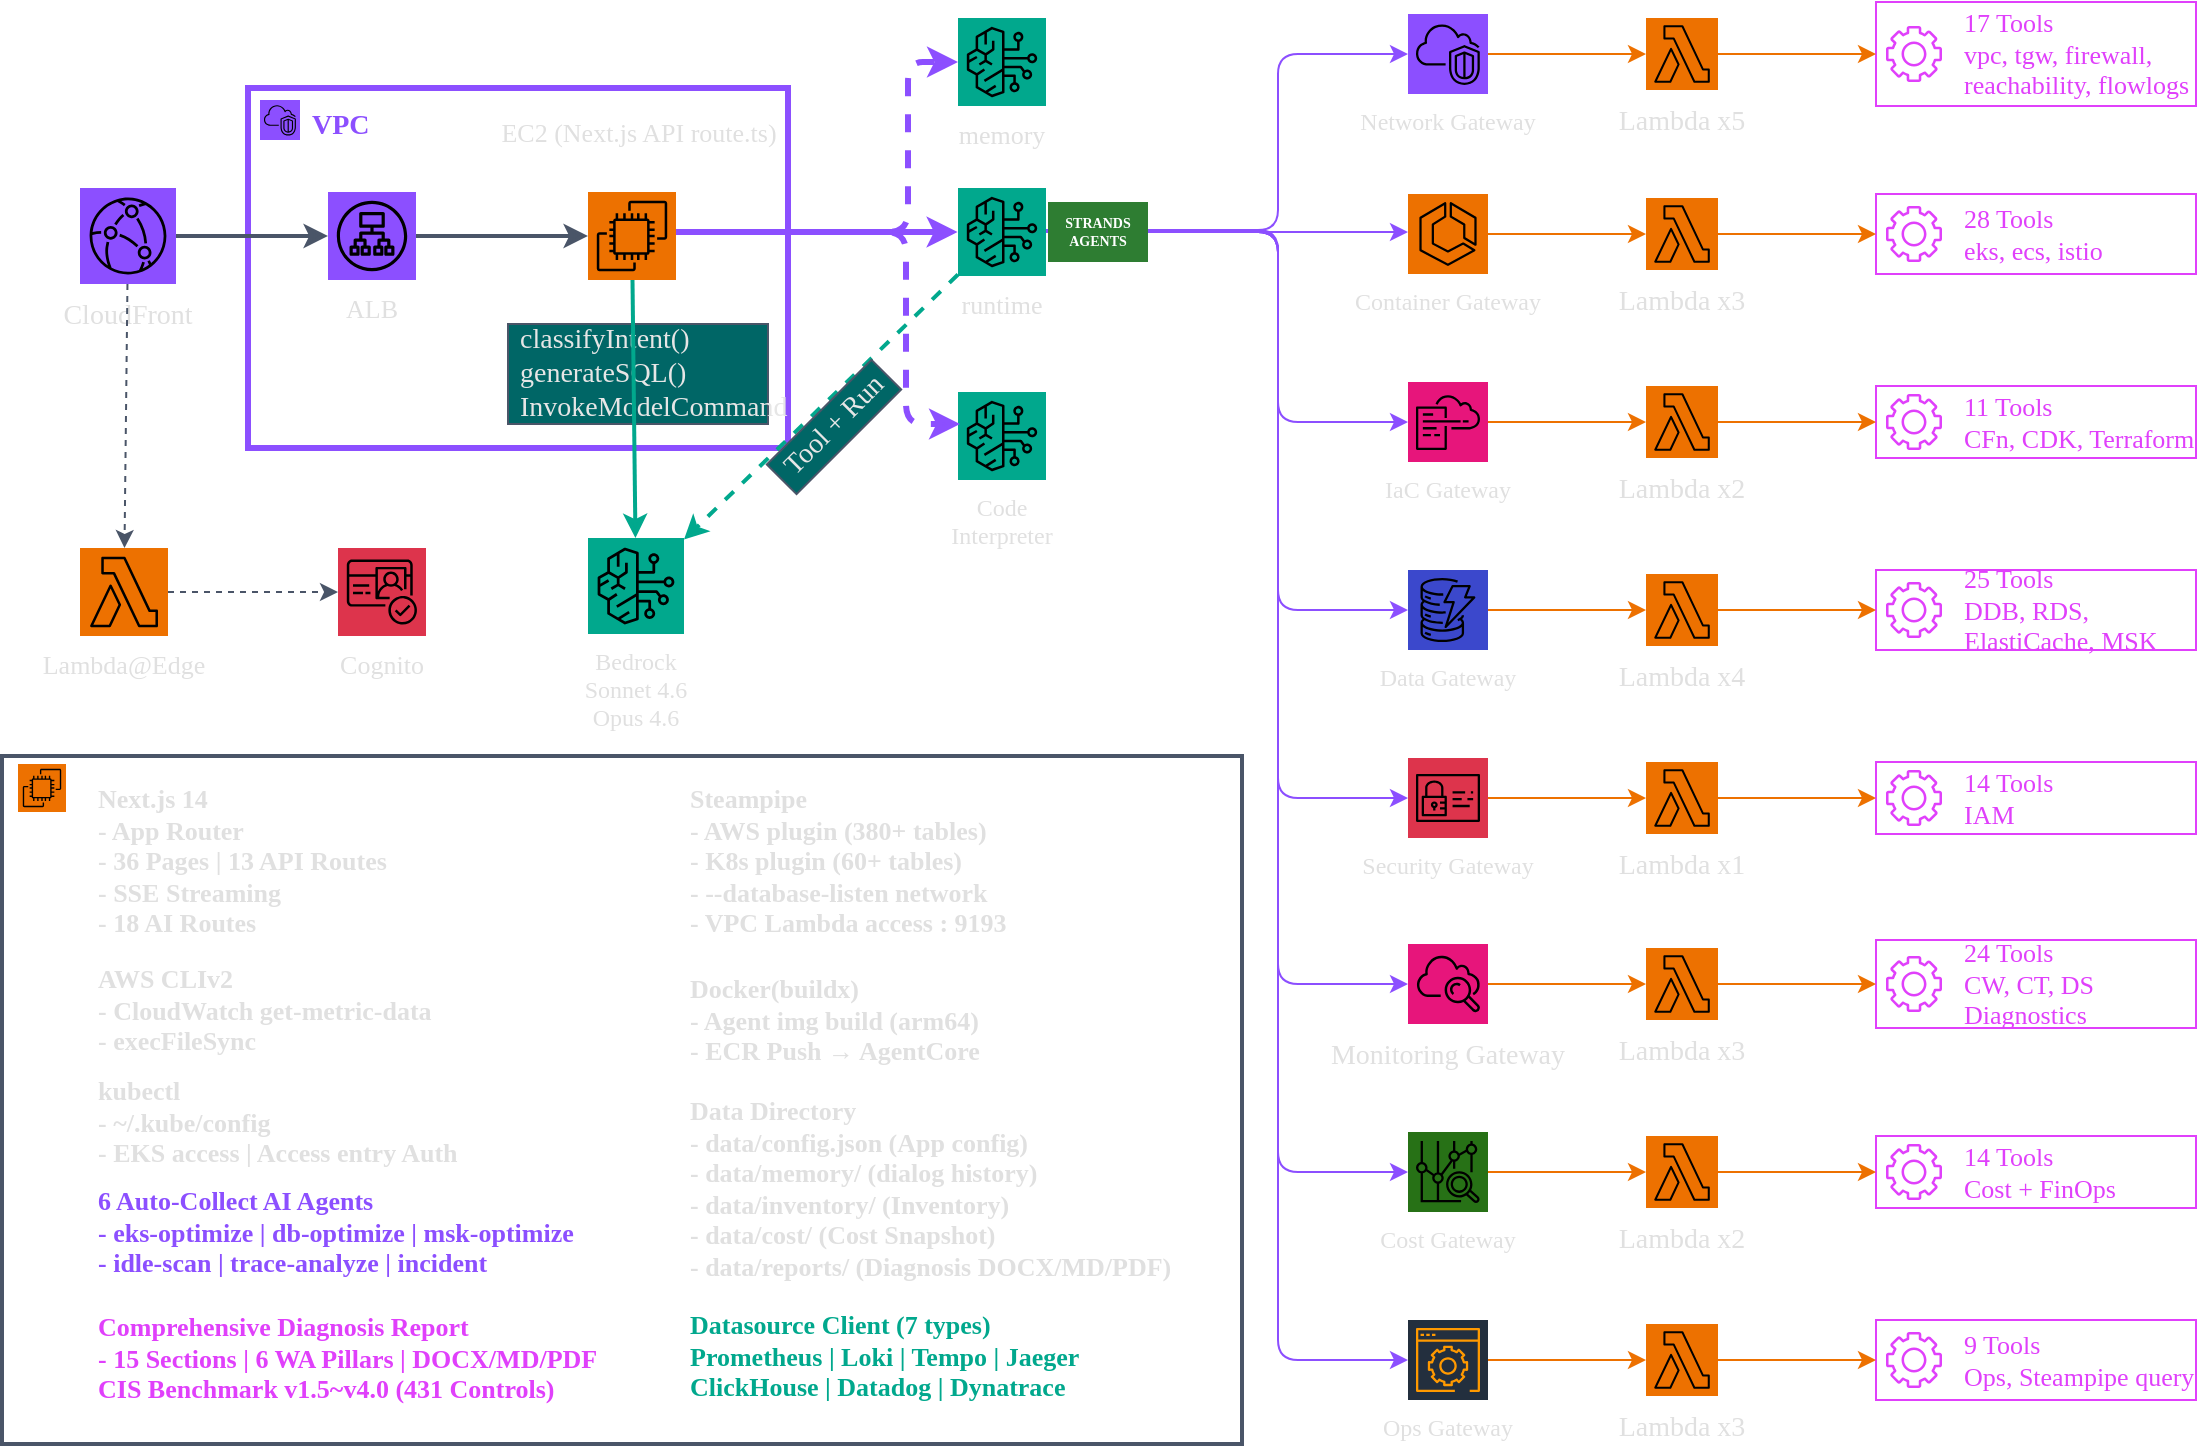
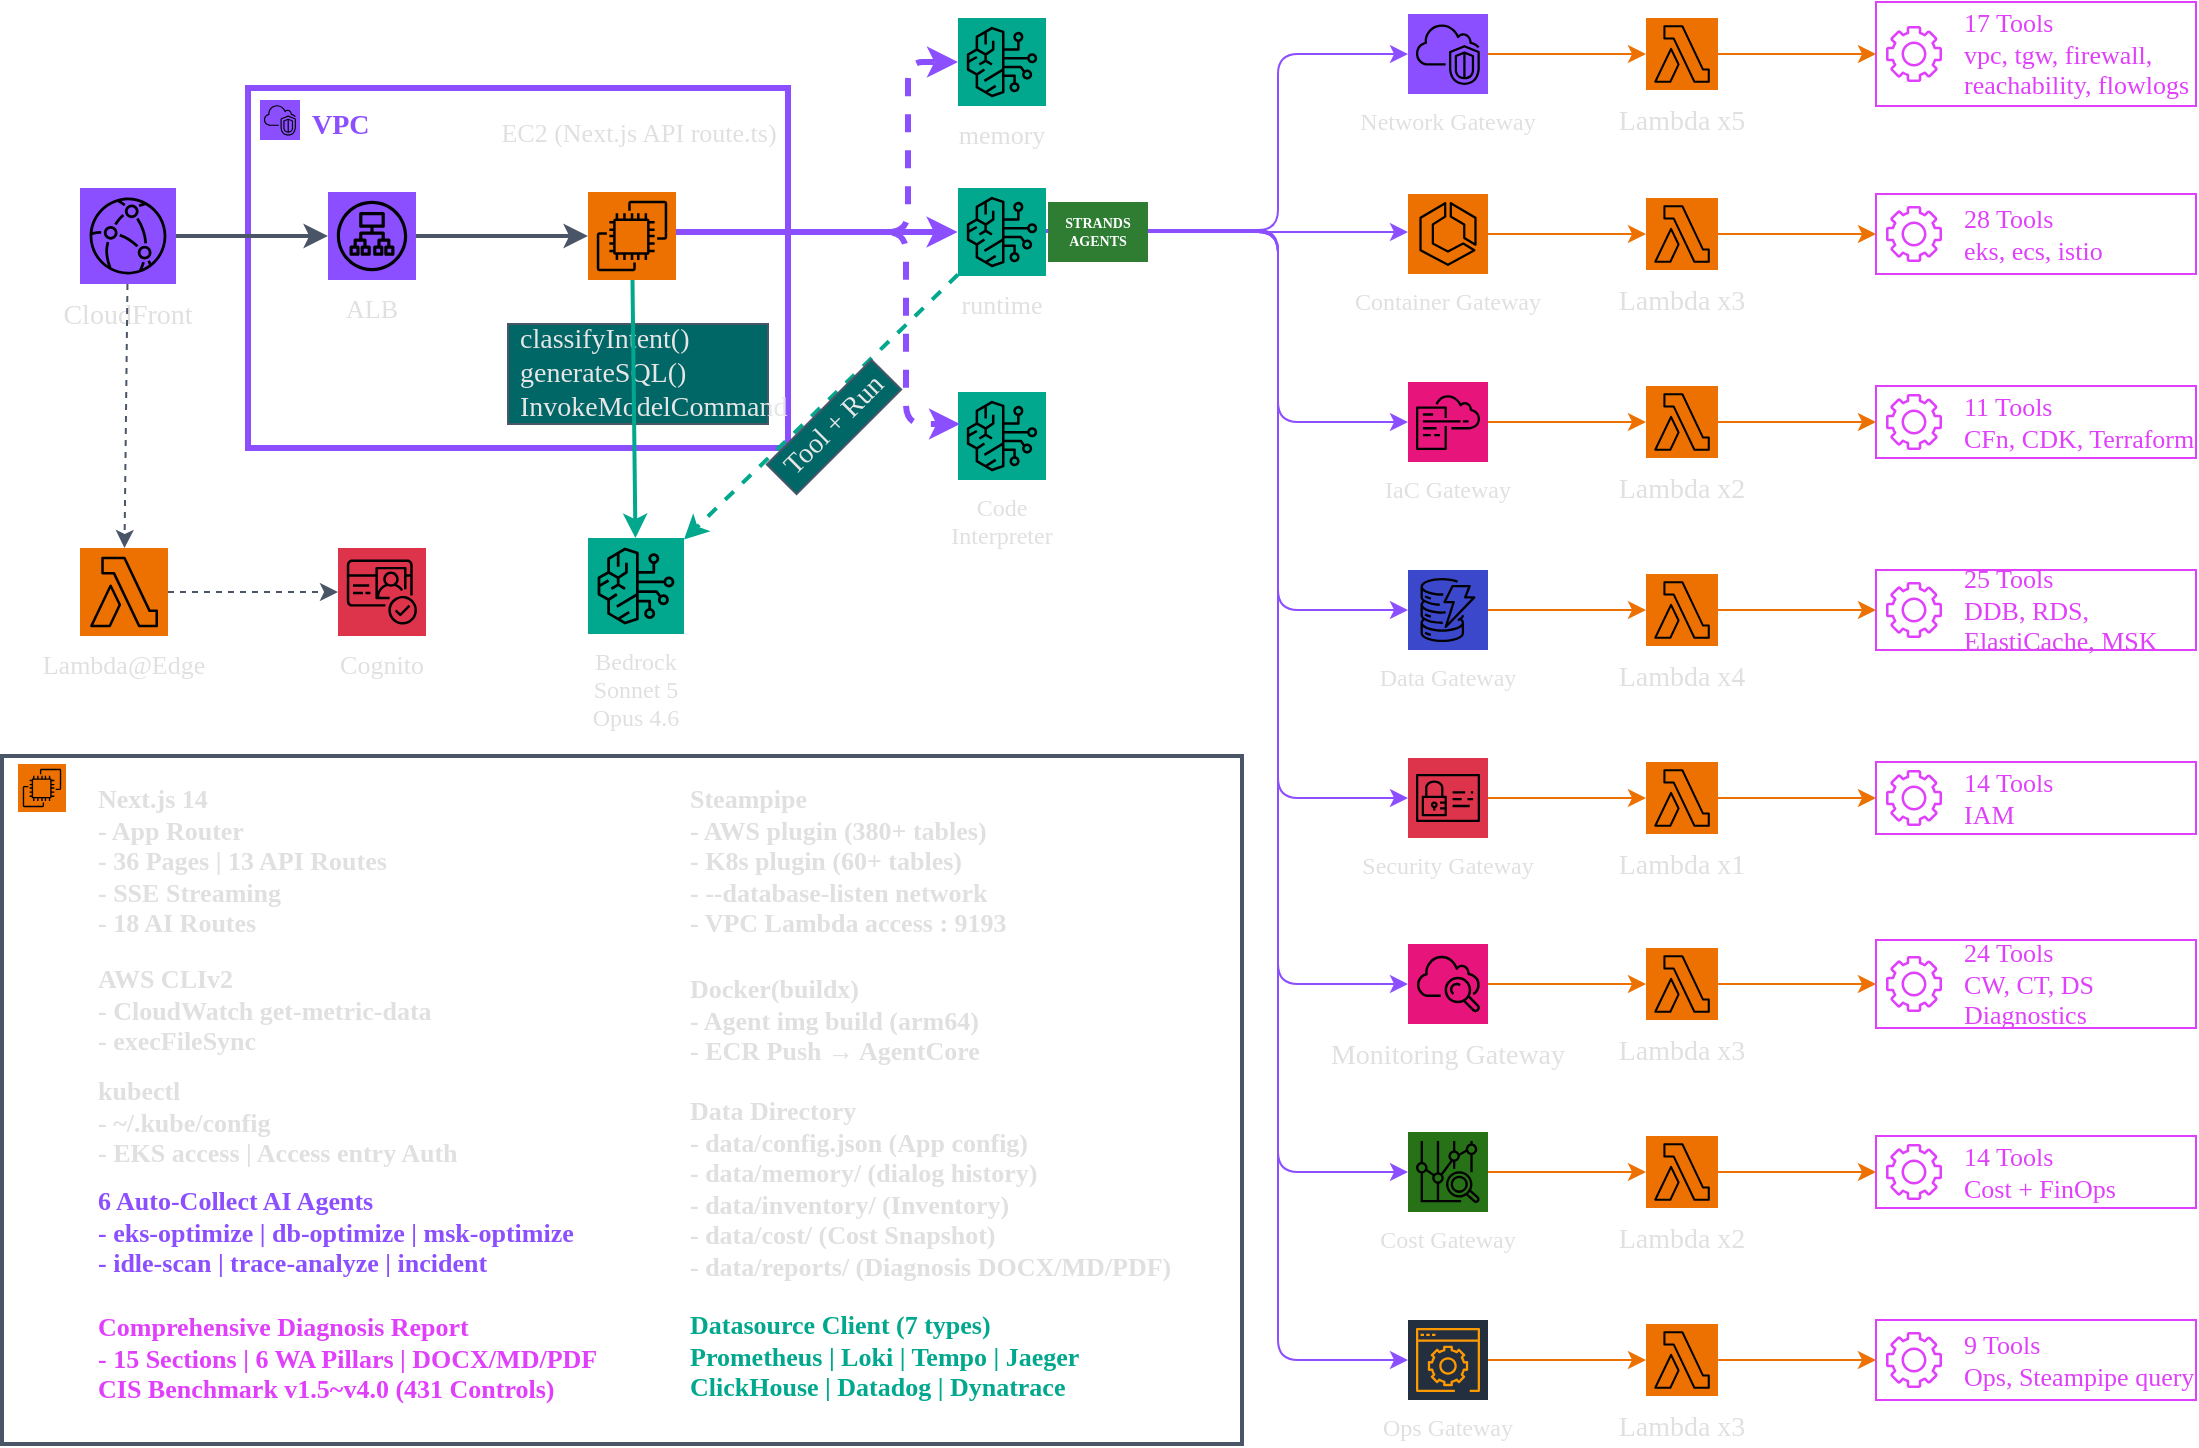
<mxfile host="65bd71144e">
    <diagram id="arch" name="Architecture">
        <mxGraphModel dx="598" dy="340" grid="0" gridSize="10" guides="1" tooltips="1" connect="1" arrows="1" fold="1" page="1" pageScale="1" pageWidth="1600" pageHeight="720" background="none" math="0" shadow="0">
            <root>
                <mxCell id="0"/>
                <mxCell id="1" parent="0"/>
                <mxCell id="cf" value="CloudFront" style="shape=mxgraph.aws4.resourceIcon;resIcon=mxgraph.aws4.cloudfront;fillColor=#8C4FFF;strokeColor=none;fontColor=#E0E0E0;fontSize=14;verticalLabelPosition=bottom;verticalAlign=top;fontFamily=Amazon Ember;" parent="1" vertex="1">
                    <mxGeometry x="66" y="100" width="48" height="48" as="geometry"/>
                </mxCell>
                <mxCell id="vpc" value="" style="rounded=8;whiteSpace=wrap;html=1;fillColor=none;strokeColor=#8C4FFF;strokeWidth=3;" parent="1" vertex="1">
                    <mxGeometry x="150" y="50" width="270" height="180" as="geometry"/>
                </mxCell>
                <mxCell id="vpc_icon" value="" style="shape=mxgraph.aws4.resourceIcon;resIcon=mxgraph.aws4.vpc;fillColor=#8C4FFF;strokeColor=none;" parent="1" vertex="1">
                    <mxGeometry x="156" y="56" width="20" height="20" as="geometry"/>
                </mxCell>
                <mxCell id="vpc_lbl" value="VPC" style="text;html=1;strokeColor=none;fillColor=none;align=left;fontColor=#8C4FFF;fontSize=14;fontStyle=1;fontFamily=Amazon Ember;" parent="1" vertex="1">
                    <mxGeometry x="180" y="54" width="40" height="20" as="geometry"/>
                </mxCell>
                <mxCell id="ec2_lbl" value="EC2 (Next.js API route.ts)" style="text;html=1;strokeColor=none;fillColor=none;align=center;fontColor=#E0E0E0;fontSize=13;fontFamily=Amazon Ember;" parent="1" vertex="1">
                    <mxGeometry x="280" y="58" width="130" height="24" as="geometry"/>
                </mxCell>
                <mxCell id="alb" value="ALB" style="shape=mxgraph.aws4.resourceIcon;resIcon=mxgraph.aws4.application_load_balancer;fillColor=#8C4FFF;strokeColor=none;fontColor=#E0E0E0;fontSize=13;verticalLabelPosition=bottom;verticalAlign=top;fontFamily=Amazon Ember;" parent="1" vertex="1">
                    <mxGeometry x="190" y="102" width="44" height="44" as="geometry"/>
                </mxCell>
                <mxCell id="ec2" value="" style="shape=mxgraph.aws4.resourceIcon;resIcon=mxgraph.aws4.ec2;fillColor=#ED7100;strokeColor=none;" parent="1" vertex="1">
                    <mxGeometry x="320" y="102" width="44" height="44" as="geometry"/>
                </mxCell>
                <mxCell id="classify" value="classifyIntent()&#10;generateSQL()&#10;InvokeModelCommand" style="rounded=4;whiteSpace=wrap;html=1;fillColor=#006666;strokeColor=#4A5568;strokeWidth=1;fontColor=#E6E6E6;fontSize=14;fontFamily=Amazon Ember;align=left;spacingLeft=4;" parent="1" vertex="1">
                    <mxGeometry x="280" y="168" width="130" height="50" as="geometry"/>
                </mxCell>
                <mxCell id="ledge" value="Lambda@Edge" style="shape=mxgraph.aws4.resourceIcon;resIcon=mxgraph.aws4.lambda;fillColor=#ED7100;strokeColor=none;fontColor=#E0E0E0;fontSize=13;verticalLabelPosition=bottom;verticalAlign=top;fontFamily=Amazon Ember;" parent="1" vertex="1">
                    <mxGeometry x="66" y="280" width="44" height="44" as="geometry"/>
                </mxCell>
                <mxCell id="cognito" value="Cognito" style="shape=mxgraph.aws4.resourceIcon;resIcon=mxgraph.aws4.cognito;fillColor=#DD344C;strokeColor=none;fontColor=#E0E0E0;fontSize=13;verticalLabelPosition=bottom;verticalAlign=top;fontFamily=Amazon Ember;" parent="1" vertex="1">
                    <mxGeometry x="195" y="280" width="44" height="44" as="geometry"/>
                </mxCell>
-                 <mxCell id="bedrock" value="Bedrock&#10;Sonnet 4.6&#10;Opus 4.6" style="shape=mxgraph.aws4.resourceIcon;resIcon=mxgraph.aws4.bedrock;fillColor=#01A88D;strokeColor=none;fontColor=#E0E0E0;fontSize=12;verticalLabelPosition=bottom;verticalAlign=top;fontFamily=Amazon Ember;" parent="1" vertex="1">
+                 <mxCell id="bedrock" value="Bedrock&#10;Sonnet 5&#10;Opus 4.6" style="shape=mxgraph.aws4.resourceIcon;resIcon=mxgraph.aws4.bedrock;fillColor=#01A88D;strokeColor=none;fontColor=#E0E0E0;fontSize=12;verticalLabelPosition=bottom;verticalAlign=top;fontFamily=Amazon Ember;" parent="1" vertex="1">
                    <mxGeometry x="320" y="275" width="48" height="48" as="geometry"/>
                </mxCell>
                <mxCell id="memory" value="memory" style="shape=mxgraph.aws4.resourceIcon;resIcon=mxgraph.aws4.bedrock;fillColor=#01A88D;strokeColor=none;fontColor=#E0E0E0;fontSize=13;verticalLabelPosition=bottom;verticalAlign=top;fontFamily=Amazon Ember;" parent="1" vertex="1">
                    <mxGeometry x="505" y="15" width="44" height="44" as="geometry"/>
                </mxCell>
                <mxCell id="runtime" value="runtime" style="shape=mxgraph.aws4.resourceIcon;resIcon=mxgraph.aws4.bedrock;fillColor=#01A88D;strokeColor=none;fontColor=#E0E0E0;fontSize=13;verticalLabelPosition=bottom;verticalAlign=top;fontFamily=Amazon Ember;" parent="1" vertex="1">
                    <mxGeometry x="505" y="100" width="44" height="44" as="geometry"/>
                </mxCell>
                <mxCell id="codeint" value="Code&#10;Interpreter" style="shape=mxgraph.aws4.resourceIcon;resIcon=mxgraph.aws4.bedrock;fillColor=#01A88D;strokeColor=none;fontColor=#E0E0E0;fontSize=12;verticalLabelPosition=bottom;verticalAlign=top;fontFamily=Amazon Ember;" parent="1" vertex="1">
                    <mxGeometry x="505" y="202" width="44" height="44" as="geometry"/>
                </mxCell>
                <mxCell id="gw1" value="Network Gateway" style="shape=mxgraph.aws4.resourceIcon;resIcon=mxgraph.aws4.vpc;fillColor=#8C4FFF;strokeColor=none;fontColor=#E0E0E0;fontSize=12;verticalLabelPosition=bottom;verticalAlign=top;fontFamily=Amazon Ember;" parent="1" vertex="1">
                    <mxGeometry x="730" y="13" width="40" height="40" as="geometry"/>
                </mxCell>
                <mxCell id="lam1" value="Lambda x5" style="shape=mxgraph.aws4.resourceIcon;resIcon=mxgraph.aws4.lambda;fillColor=#ED7100;strokeColor=none;fontColor=#E0E0E0;fontSize=14;verticalLabelPosition=bottom;verticalAlign=top;fontFamily=Amazon Ember;" parent="1" vertex="1">
                    <mxGeometry x="849" y="15" width="36" height="36" as="geometry"/>
                </mxCell>
                <mxCell id="t1" value="17 Tools&#10;vpc, tgw, firewall,&#10;reachability, flowlogs" style="rounded=4;whiteSpace=wrap;html=1;fontSize=13;fontFamily=Amazon Ember;align=left;spacingLeft=42;fontColor=#E040FB;strokeColor=#E040FB;" parent="1" vertex="1">
                    <mxGeometry x="964" y="7" width="160" height="52" as="geometry"/>
                </mxCell>
                <mxCell id="gw2" value="Container Gateway" style="shape=mxgraph.aws4.resourceIcon;resIcon=mxgraph.aws4.ecs;fillColor=#ED7100;strokeColor=none;fontColor=#E0E0E0;fontSize=12;verticalLabelPosition=bottom;verticalAlign=top;fontFamily=Amazon Ember;" parent="1" vertex="1">
                    <mxGeometry x="730" y="103" width="40" height="40" as="geometry"/>
                </mxCell>
                <mxCell id="lam2" value="Lambda x3" style="shape=mxgraph.aws4.resourceIcon;resIcon=mxgraph.aws4.lambda;fillColor=#ED7100;strokeColor=none;fontColor=#E0E0E0;fontSize=14;verticalLabelPosition=bottom;verticalAlign=top;fontFamily=Amazon Ember;" parent="1" vertex="1">
                    <mxGeometry x="849" y="105" width="36" height="36" as="geometry"/>
                </mxCell>
                <mxCell id="t2" value="28 Tools&#10;eks, ecs, istio" style="rounded=4;whiteSpace=wrap;html=1;fontSize=13;fontFamily=Amazon Ember;align=left;spacingLeft=42;fontColor=#E040FB;strokeColor=#E040FB;" parent="1" vertex="1">
                    <mxGeometry x="964" y="103" width="160" height="40" as="geometry"/>
                </mxCell>
                <mxCell id="gw3" value="IaC Gateway" style="shape=mxgraph.aws4.resourceIcon;resIcon=mxgraph.aws4.cloudformation;fillColor=#E7157B;strokeColor=none;fontColor=#E0E0E0;fontSize=12;verticalLabelPosition=bottom;verticalAlign=top;fontFamily=Amazon Ember;" parent="1" vertex="1">
                    <mxGeometry x="730" y="197" width="40" height="40" as="geometry"/>
                </mxCell>
                <mxCell id="lam3" value="Lambda x2" style="shape=mxgraph.aws4.resourceIcon;resIcon=mxgraph.aws4.lambda;fillColor=#ED7100;strokeColor=none;fontColor=#E0E0E0;fontSize=14;verticalLabelPosition=bottom;verticalAlign=top;fontFamily=Amazon Ember;" parent="1" vertex="1">
                    <mxGeometry x="849" y="199" width="36" height="36" as="geometry"/>
                </mxCell>
                <mxCell id="t3" value="11 Tools&#10;CFn, CDK, Terraform" style="rounded=4;whiteSpace=wrap;html=1;fontSize=13;fontFamily=Amazon Ember;align=left;spacingLeft=42;fontColor=#E040FB;strokeColor=#E040FB;" parent="1" vertex="1">
                    <mxGeometry x="964" y="199" width="160" height="36" as="geometry"/>
                </mxCell>
                <mxCell id="gw4" value="Data Gateway" style="shape=mxgraph.aws4.resourceIcon;resIcon=mxgraph.aws4.dynamodb;fillColor=#3B48CC;strokeColor=none;fontColor=#E0E0E0;fontSize=12;verticalLabelPosition=bottom;verticalAlign=top;fontFamily=Amazon Ember;" parent="1" vertex="1">
                    <mxGeometry x="730" y="291" width="40" height="40" as="geometry"/>
                </mxCell>
                <mxCell id="lam4" value="Lambda x4" style="shape=mxgraph.aws4.resourceIcon;resIcon=mxgraph.aws4.lambda;fillColor=#ED7100;strokeColor=none;fontColor=#E0E0E0;fontSize=14;verticalLabelPosition=bottom;verticalAlign=top;fontFamily=Amazon Ember;" parent="1" vertex="1">
                    <mxGeometry x="849" y="293" width="36" height="36" as="geometry"/>
                </mxCell>
                <mxCell id="t4" value="25 Tools&#10;DDB, RDS, ElastiCache, MSK" style="rounded=4;whiteSpace=wrap;html=1;fontSize=13;fontFamily=Amazon Ember;align=left;spacingLeft=42;fontColor=#E040FB;strokeColor=#E040FB;" parent="1" vertex="1">
                    <mxGeometry x="964" y="291" width="160" height="40" as="geometry"/>
                </mxCell>
                <mxCell id="gw5" value="Security Gateway" style="shape=mxgraph.aws4.resourceIcon;resIcon=mxgraph.aws4.identity_and_access_management;fillColor=#DD344C;strokeColor=none;fontColor=#E0E0E0;fontSize=12;verticalLabelPosition=bottom;verticalAlign=top;fontFamily=Amazon Ember;" parent="1" vertex="1">
                    <mxGeometry x="730" y="385" width="40" height="40" as="geometry"/>
                </mxCell>
                <mxCell id="lam5" value="Lambda x1" style="shape=mxgraph.aws4.resourceIcon;resIcon=mxgraph.aws4.lambda;fillColor=#ED7100;strokeColor=none;fontColor=#E0E0E0;fontSize=14;verticalLabelPosition=bottom;verticalAlign=top;fontFamily=Amazon Ember;" parent="1" vertex="1">
                    <mxGeometry x="849" y="387" width="36" height="36" as="geometry"/>
                </mxCell>
                <mxCell id="t5" value="14 Tools&#10;IAM" style="rounded=4;whiteSpace=wrap;html=1;fontSize=13;fontFamily=Amazon Ember;align=left;spacingLeft=42;fontColor=#E040FB;strokeColor=#E040FB;" parent="1" vertex="1">
                    <mxGeometry x="964" y="387" width="160" height="36" as="geometry"/>
                </mxCell>
                <mxCell id="gw6" value="Monitoring Gateway" style="shape=mxgraph.aws4.resourceIcon;resIcon=mxgraph.aws4.cloudwatch;fillColor=#E7157B;strokeColor=none;fontColor=#E0E0E0;fontSize=14;verticalLabelPosition=bottom;verticalAlign=top;fontFamily=Amazon Ember;" parent="1" vertex="1">
                    <mxGeometry x="730" y="478" width="40" height="40" as="geometry"/>
                </mxCell>
                <mxCell id="lam6" value="Lambda x3" style="shape=mxgraph.aws4.resourceIcon;resIcon=mxgraph.aws4.lambda;fillColor=#ED7100;strokeColor=none;fontColor=#E0E0E0;fontSize=14;verticalLabelPosition=bottom;verticalAlign=top;fontFamily=Amazon Ember;" parent="1" vertex="1">
                    <mxGeometry x="849" y="480" width="36" height="36" as="geometry"/>
                </mxCell>
                <mxCell id="t6" value="24 Tools&#10;CW, CT, DS Diagnostics" style="rounded=4;whiteSpace=wrap;html=1;fontSize=13;fontFamily=Amazon Ember;align=left;spacingLeft=42;fontColor=#E040FB;strokeColor=#E040FB;" parent="1" vertex="1">
                    <mxGeometry x="964" y="476" width="160" height="44" as="geometry"/>
                </mxCell>
                <mxCell id="gw7" value="Cost Gateway" style="shape=mxgraph.aws4.resourceIcon;resIcon=mxgraph.aws4.cost_explorer;fillColor=#277116;strokeColor=none;fontColor=#E0E0E0;fontSize=12;verticalLabelPosition=bottom;verticalAlign=top;fontFamily=Amazon Ember;" parent="1" vertex="1">
                    <mxGeometry x="730" y="572" width="40" height="40" as="geometry"/>
                </mxCell>
                <mxCell id="lam7" value="Lambda x2" style="shape=mxgraph.aws4.resourceIcon;resIcon=mxgraph.aws4.lambda;fillColor=#ED7100;strokeColor=none;fontColor=#E0E0E0;fontSize=14;verticalLabelPosition=bottom;verticalAlign=top;fontFamily=Amazon Ember;" parent="1" vertex="1">
                    <mxGeometry x="849" y="574" width="36" height="36" as="geometry"/>
                </mxCell>
                <mxCell id="t7" value="14 Tools&#10;Cost + FinOps" style="rounded=4;whiteSpace=wrap;html=1;fontSize=13;fontFamily=Amazon Ember;align=left;spacingLeft=42;fontColor=#E040FB;strokeColor=#E040FB;" parent="1" vertex="1">
                    <mxGeometry x="964" y="574" width="160" height="36" as="geometry"/>
                </mxCell>
                <mxCell id="gw8" value="Ops Gateway" style="shape=mxgraph.aws4.resourceIcon;resIcon=mxgraph.aws4.management_console;fillColor=#232F3E;strokeColor=#FF9900;strokeWidth=2;fontColor=#E0E0E0;fontSize=12;verticalLabelPosition=bottom;verticalAlign=top;fontFamily=Amazon Ember;" parent="1" vertex="1">
                    <mxGeometry x="730" y="666" width="40" height="40" as="geometry"/>
                </mxCell>
                <mxCell id="lam8" value="Lambda x3" style="shape=mxgraph.aws4.resourceIcon;resIcon=mxgraph.aws4.lambda;fillColor=#ED7100;strokeColor=none;fontColor=#E0E0E0;fontSize=14;verticalLabelPosition=bottom;verticalAlign=top;fontFamily=Amazon Ember;" parent="1" vertex="1">
                    <mxGeometry x="849" y="668" width="36" height="36" as="geometry"/>
                </mxCell>
                <mxCell id="t8" value="9 Tools&#10;Ops, Steampipe query" style="rounded=4;whiteSpace=wrap;html=1;fontSize=13;fontFamily=Amazon Ember;align=left;spacingLeft=42;fontColor=#E040FB;strokeColor=#E040FB;" parent="1" vertex="1">
                    <mxGeometry x="964" y="666" width="160" height="40" as="geometry"/>
                </mxCell>
                <mxCell id="a1" style="strokeColor=#4A5568;strokeWidth=2;" parent="1" source="cf" target="alb" edge="1">
                    <mxGeometry relative="1" as="geometry"/>
                </mxCell>
                <mxCell id="a2" style="strokeColor=#4A5568;strokeWidth=2;" parent="1" source="alb" target="ec2" edge="1">
                    <mxGeometry relative="1" as="geometry"/>
                </mxCell>
                <mxCell id="a3" style="strokeColor=#4A5568;strokeWidth=1;dashed=1;" parent="1" source="cf" target="ledge" edge="1">
                    <mxGeometry relative="1" as="geometry"/>
                </mxCell>
                <mxCell id="a4" style="strokeColor=#4A5568;strokeWidth=1;dashed=1;" parent="1" source="ledge" target="cognito" edge="1">
                    <mxGeometry relative="1" as="geometry"/>
                </mxCell>
                <mxCell id="a5" style="strokeColor=#8C4FFF;strokeWidth=3;dashed=1;edgeStyle=orthogonalEdgeStyle;" parent="1" source="ec2" target="memory" edge="1">
                    <mxGeometry relative="1" as="geometry">
                        <Array as="points">
                            <mxPoint x="480" y="122"/>
                            <mxPoint x="480" y="37"/>
                        </Array>
                    </mxGeometry>
                </mxCell>
                <mxCell id="a6" style="strokeColor=#8C4FFF;strokeWidth=3;entryX=-0.005;entryY=0.5;entryDx=0;entryDy=0;entryPerimeter=0;" parent="1" edge="1" target="runtime">
                    <mxGeometry relative="1" as="geometry">
                        <mxPoint x="364" y="122" as="sourcePoint"/>
                        <mxPoint x="506" y="120" as="targetPoint"/>
                    </mxGeometry>
                </mxCell>
                <mxCell id="a7" style="strokeColor=#8C4FFF;strokeWidth=3;dashed=1;edgeStyle=orthogonalEdgeStyle;entryX=0.023;entryY=0.386;entryDx=0;entryDy=0;entryPerimeter=0;" parent="1" source="ec2" edge="1" target="codeint">
                    <mxGeometry relative="1" as="geometry">
                        <mxPoint x="470" y="244" as="targetPoint"/>
                        <Array as="points">
                            <mxPoint x="479" y="122"/>
                            <mxPoint x="479" y="218"/>
                            <mxPoint x="506" y="218"/>
                        </Array>
                    </mxGeometry>
                </mxCell>
                <mxCell id="a8" style="strokeColor=#01A88D;strokeWidth=2;" parent="1" source="ec2" target="bedrock" edge="1">
                    <mxGeometry relative="1" as="geometry"/>
                </mxCell>
                <mxCell id="a9" value="" style="strokeColor=#01A88D;strokeWidth=2;dashed=1;fontColor=#E6E6E6;fontSize=14;fontFamily=Amazon Ember;textDirection=rtl;fillColor=#ffff88;labelBackgroundColor=#4D4D4D;" parent="1" source="runtime" target="bedrock" edge="1">
                    <mxGeometry x="0.0313" y="5" relative="1" as="geometry">
                        <mxPoint as="offset"/>
                    </mxGeometry>
                </mxCell>
                <mxCell id="r1" style="edgeStyle=orthogonalEdgeStyle;strokeColor=#8C4FFF;strokeWidth=1;" parent="1" source="runtime" target="gw1" edge="1">
                    <mxGeometry relative="1" as="geometry">
                        <Array as="points">
                            <mxPoint x="665" y="121"/>
                            <mxPoint x="665" y="33"/>
                        </Array>
                    </mxGeometry>
                </mxCell>
                <mxCell id="r2" style="edgeStyle=orthogonalEdgeStyle;strokeColor=#8C4FFF;strokeWidth=1;" parent="1" source="runtime" target="gw2" edge="1">
                    <mxGeometry relative="1" as="geometry">
                        <Array as="points">
                            <mxPoint x="694" y="122"/>
                            <mxPoint x="694" y="122"/>
                        </Array>
                    </mxGeometry>
                </mxCell>
                <mxCell id="r3" style="edgeStyle=orthogonalEdgeStyle;strokeColor=#8C4FFF;strokeWidth=1;" parent="1" source="runtime" target="gw3" edge="1">
                    <mxGeometry relative="1" as="geometry">
                        <Array as="points">
                            <mxPoint x="665" y="122"/>
                            <mxPoint x="665" y="217"/>
                        </Array>
                    </mxGeometry>
                </mxCell>
                <mxCell id="r4" style="edgeStyle=orthogonalEdgeStyle;strokeColor=#8C4FFF;strokeWidth=1;" parent="1" source="runtime" target="gw4" edge="1">
                    <mxGeometry relative="1" as="geometry">
                        <Array as="points">
                            <mxPoint x="665" y="121"/>
                            <mxPoint x="665" y="311"/>
                        </Array>
                    </mxGeometry>
                </mxCell>
                <mxCell id="r5" style="edgeStyle=orthogonalEdgeStyle;strokeColor=#8C4FFF;strokeWidth=1;" parent="1" source="runtime" target="gw5" edge="1">
                    <mxGeometry relative="1" as="geometry">
                        <Array as="points">
                            <mxPoint x="665" y="122"/>
                            <mxPoint x="665" y="405"/>
                        </Array>
                    </mxGeometry>
                </mxCell>
                <mxCell id="r6" style="edgeStyle=orthogonalEdgeStyle;strokeColor=#8C4FFF;strokeWidth=1;" parent="1" source="runtime" target="gw6" edge="1">
                    <mxGeometry relative="1" as="geometry">
                        <Array as="points">
                            <mxPoint x="665" y="122"/>
                            <mxPoint x="665" y="498"/>
                        </Array>
                    </mxGeometry>
                </mxCell>
                <mxCell id="r7" style="edgeStyle=orthogonalEdgeStyle;strokeColor=#8C4FFF;strokeWidth=1;" parent="1" source="runtime" target="gw7" edge="1">
                    <mxGeometry relative="1" as="geometry">
                        <Array as="points">
                            <mxPoint x="665" y="122"/>
                            <mxPoint x="665" y="592"/>
                        </Array>
                    </mxGeometry>
                </mxCell>
                <mxCell id="r8" style="edgeStyle=orthogonalEdgeStyle;strokeColor=#8C4FFF;strokeWidth=1;" parent="1" source="runtime" target="gw8" edge="1">
                    <mxGeometry relative="1" as="geometry">
                        <Array as="points">
                            <mxPoint x="665" y="122"/>
                            <mxPoint x="665" y="686"/>
                        </Array>
                    </mxGeometry>
                </mxCell>
                <mxCell id="g1a" style="strokeColor=#ED7100;strokeWidth=1;" parent="1" source="gw1" target="lam1" edge="1">
                    <mxGeometry relative="1" as="geometry"/>
                </mxCell>
                <mxCell id="g1b" style="strokeColor=#ED7100;strokeWidth=1;" parent="1" source="lam1" target="t1" edge="1">
                    <mxGeometry relative="1" as="geometry"/>
                </mxCell>
                <mxCell id="g2a" style="strokeColor=#ED7100;strokeWidth=1;" parent="1" source="gw2" target="lam2" edge="1">
                    <mxGeometry relative="1" as="geometry"/>
                </mxCell>
                <mxCell id="g2b" style="strokeColor=#ED7100;strokeWidth=1;" parent="1" source="lam2" target="t2" edge="1">
                    <mxGeometry relative="1" as="geometry"/>
                </mxCell>
                <mxCell id="g3a" style="strokeColor=#ED7100;strokeWidth=1;" parent="1" source="gw3" target="lam3" edge="1">
                    <mxGeometry relative="1" as="geometry"/>
                </mxCell>
                <mxCell id="g3b" style="strokeColor=#ED7100;strokeWidth=1;" parent="1" source="lam3" target="t3" edge="1">
                    <mxGeometry relative="1" as="geometry"/>
                </mxCell>
                <mxCell id="g4a" style="strokeColor=#ED7100;strokeWidth=1;" parent="1" source="gw4" target="lam4" edge="1">
                    <mxGeometry relative="1" as="geometry"/>
                </mxCell>
                <mxCell id="g4b" style="strokeColor=#ED7100;strokeWidth=1;" parent="1" source="lam4" target="t4" edge="1">
                    <mxGeometry relative="1" as="geometry"/>
                </mxCell>
                <mxCell id="g5a" style="strokeColor=#ED7100;strokeWidth=1;" parent="1" source="gw5" target="lam5" edge="1">
                    <mxGeometry relative="1" as="geometry"/>
                </mxCell>
                <mxCell id="g5b" style="strokeColor=#ED7100;strokeWidth=1;" parent="1" source="lam5" target="t5" edge="1">
                    <mxGeometry relative="1" as="geometry"/>
                </mxCell>
                <mxCell id="g6a" style="strokeColor=#ED7100;strokeWidth=1;" parent="1" source="gw6" target="lam6" edge="1">
                    <mxGeometry relative="1" as="geometry"/>
                </mxCell>
                <mxCell id="g6b" style="strokeColor=#ED7100;strokeWidth=1;" parent="1" source="lam6" target="t6" edge="1">
                    <mxGeometry relative="1" as="geometry"/>
                </mxCell>
                <mxCell id="g7a" style="strokeColor=#ED7100;strokeWidth=1;" parent="1" source="gw7" target="lam7" edge="1">
                    <mxGeometry relative="1" as="geometry"/>
                </mxCell>
                <mxCell id="g7b" style="strokeColor=#ED7100;strokeWidth=1;" parent="1" source="lam7" target="t7" edge="1">
                    <mxGeometry relative="1" as="geometry"/>
                </mxCell>
                <mxCell id="g8a" style="strokeColor=#ED7100;strokeWidth=1;" parent="1" source="gw8" target="lam8" edge="1">
                    <mxGeometry relative="1" as="geometry"/>
                </mxCell>
                <mxCell id="g8b" style="strokeColor=#ED7100;strokeWidth=1;" parent="1" source="lam8" target="t8" edge="1">
                    <mxGeometry relative="1" as="geometry"/>
                </mxCell>
                <mxCell id="detail" value="" style="rounded=8;whiteSpace=wrap;html=1;fillColor=none;strokeColor=#4A5568;strokeWidth=2;" parent="1" vertex="1">
                    <mxGeometry x="27" y="384" width="620" height="344" as="geometry"/>
                </mxCell>
                <mxCell id="detail_icon" value="" style="shape=mxgraph.aws4.resourceIcon;resIcon=mxgraph.aws4.ec2;fillColor=#ED7100;strokeColor=none;" parent="1" vertex="1">
                    <mxGeometry x="35" y="388" width="24" height="24" as="geometry"/>
                </mxCell>
                <mxCell id="d1" value="Next.js 14&#10;-  App Router&#10;-  36 Pages | 13 API Routes&#10;-  SSE Streaming&#10;-  18 AI Routes" style="text;html=1;strokeColor=none;fillColor=none;align=left;fontColor=#E0E0E0;fontSize=13;fontFamily=Amazon Ember;fontStyle=1;spacingLeft=4;" parent="1" vertex="1">
                    <mxGeometry x="69" y="391" width="200" height="85" as="geometry"/>
                </mxCell>
                <mxCell id="d2" value="AWS CLIv2&#10;-  CloudWatch get-metric-data&#10;-  execFileSync" style="text;html=1;strokeColor=none;fillColor=none;align=left;fontColor=#E0E0E0;fontSize=13;fontFamily=Amazon Ember;fontStyle=1;spacingLeft=4;" parent="1" vertex="1">
                    <mxGeometry x="69" y="481" width="240" height="50" as="geometry"/>
                </mxCell>
                <mxCell id="d3" value="kubectl&#10;-  ~/.kube/config&#10;-  EKS access | Access entry Auth" style="text;html=1;strokeColor=none;fillColor=none;align=left;fontColor=#E0E0E0;fontSize=13;fontFamily=Amazon Ember;fontStyle=1;spacingLeft=4;" parent="1" vertex="1">
                    <mxGeometry x="69" y="537" width="240" height="50" as="geometry"/>
                </mxCell>
                <mxCell id="d4" value="6 Auto-Collect AI Agents&#10;-  eks-optimize | db-optimize | msk-optimize&#10;-  idle-scan | trace-analyze | incident" style="text;html=1;strokeColor=none;fillColor=none;align=left;fontColor=#8C4FFF;fontSize=13;fontFamily=Amazon Ember;fontStyle=1;spacingLeft=4;" parent="1" vertex="1">
                    <mxGeometry x="69" y="592" width="280" height="55" as="geometry"/>
                </mxCell>
                <mxCell id="d5" value="Comprehensive Diagnosis Report&#10;-  15 Sections | 6 WA Pillars | DOCX/MD/PDF&#10;CIS Benchmark v1.5~v4.0 (431 Controls)" style="text;html=1;strokeColor=none;fillColor=none;align=left;fontColor=#E040FB;fontSize=13;fontFamily=Amazon Ember;fontStyle=1;spacingLeft=4;" parent="1" vertex="1">
                    <mxGeometry x="69" y="655" width="280" height="55" as="geometry"/>
                </mxCell>
                <mxCell id="d6" value="Steampipe&#10;-  AWS plugin (380+ tables)&#10;-  K8s plugin (60+ tables)&#10;-  --database-listen network&#10;-  VPC Lambda access : 9193" style="text;html=1;strokeColor=none;fillColor=none;align=left;fontColor=#E0E0E0;fontSize=13;fontFamily=Amazon Ember;fontStyle=1;spacingLeft=4;" parent="1" vertex="1">
                    <mxGeometry x="365" y="391" width="270" height="90" as="geometry"/>
                </mxCell>
                <mxCell id="d7" value="Docker(buildx)&#10;-  Agent img build (arm64)&#10;-  ECR Push → AgentCore" style="text;html=1;strokeColor=none;fillColor=none;align=left;fontColor=#E0E0E0;fontSize=13;fontFamily=Amazon Ember;fontStyle=1;spacingLeft=4;" parent="1" vertex="1">
                    <mxGeometry x="365" y="486" width="240" height="55" as="geometry"/>
                </mxCell>
                <mxCell id="d8" value="Data Directory&#10;-  data/config.json (App config)&#10;-  data/memory/ (dialog history)&#10;-  data/inventory/ (Inventory)&#10;-  data/cost/ (Cost Snapshot)&#10;-  data/reports/ (Diagnosis DOCX/MD/PDF)" style="text;html=1;strokeColor=none;fillColor=none;align=left;fontColor=#E0E0E0;fontSize=13;fontFamily=Amazon Ember;fontStyle=1;spacingLeft=4;" parent="1" vertex="1">
                    <mxGeometry x="365" y="547" width="280" height="105" as="geometry"/>
                </mxCell>
                <mxCell id="d9" value="Datasource Client (7 types)&#10;Prometheus | Loki | Tempo | Jaeger&#10;ClickHouse | Datadog | Dynatrace" style="text;html=1;strokeColor=none;fillColor=none;align=left;fontColor=#01A88D;fontSize=13;fontFamily=Amazon Ember;fontStyle=1;spacingLeft=4;" parent="1" vertex="1">
                    <mxGeometry x="365" y="654" width="280" height="55" as="geometry"/>
                </mxCell>
                <mxCell id="ti1" value="" style="shape=mxgraph.aws4.gear;fillColor=#E040FB;strokeColor=none;" parent="1" vertex="1">
                    <mxGeometry x="969" y="19" width="28" height="28" as="geometry"/>
                </mxCell>
                <mxCell id="ti2" value="" style="shape=mxgraph.aws4.gear;fillColor=#E040FB;strokeColor=none;" parent="1" vertex="1">
                    <mxGeometry x="969" y="109" width="28" height="28" as="geometry"/>
                </mxCell>
                <mxCell id="ti3" value="" style="shape=mxgraph.aws4.gear;fillColor=#E040FB;strokeColor=none;" parent="1" vertex="1">
                    <mxGeometry x="969" y="203" width="28" height="28" as="geometry"/>
                </mxCell>
                <mxCell id="ti4" value="" style="shape=mxgraph.aws4.gear;fillColor=#E040FB;strokeColor=none;" parent="1" vertex="1">
                    <mxGeometry x="969" y="297" width="28" height="28" as="geometry"/>
                </mxCell>
                <mxCell id="ti5" value="" style="shape=mxgraph.aws4.gear;fillColor=#E040FB;strokeColor=none;" parent="1" vertex="1">
                    <mxGeometry x="969" y="391" width="28" height="28" as="geometry"/>
                </mxCell>
                <mxCell id="ti6" value="" style="shape=mxgraph.aws4.gear;fillColor=#E040FB;strokeColor=none;" parent="1" vertex="1">
                    <mxGeometry x="969" y="484" width="28" height="28" as="geometry"/>
                </mxCell>
                <mxCell id="ti7" value="" style="shape=mxgraph.aws4.gear;fillColor=#E040FB;strokeColor=none;" parent="1" vertex="1">
                    <mxGeometry x="969" y="578" width="28" height="28" as="geometry"/>
                </mxCell>
                <mxCell id="ti8" value="" style="shape=mxgraph.aws4.gear;fillColor=#E040FB;strokeColor=none;" parent="1" vertex="1">
                    <mxGeometry x="969" y="672" width="28" height="28" as="geometry"/>
                </mxCell>
                <mxCell id="strands" value="STRANDS&#10;AGENTS" style="rounded=4;whiteSpace=wrap;html=1;fillColor=#2E7D32;strokeColor=none;fontColor=#FFFFFF;fontSize=7;fontStyle=1;fontFamily=Amazon Ember;" parent="1" vertex="1">
                    <mxGeometry x="550" y="107" width="50" height="30" as="geometry"/>
                </mxCell>
                <mxCell id="2" value="Tool + Run" style="rounded=4;whiteSpace=wrap;html=1;fillColor=#006666;strokeColor=#4A5568;strokeWidth=1;fontColor=#E6E6E6;fontSize=14;fontFamily=Amazon Ember;align=left;spacingLeft=4;rotation=-45;" vertex="1" parent="1">
                    <mxGeometry x="406" y="208.99999999999997" width="74" height="21" as="geometry"/>
                </mxCell>
            </root>
        </mxGraphModel>
    </diagram>
</mxfile>